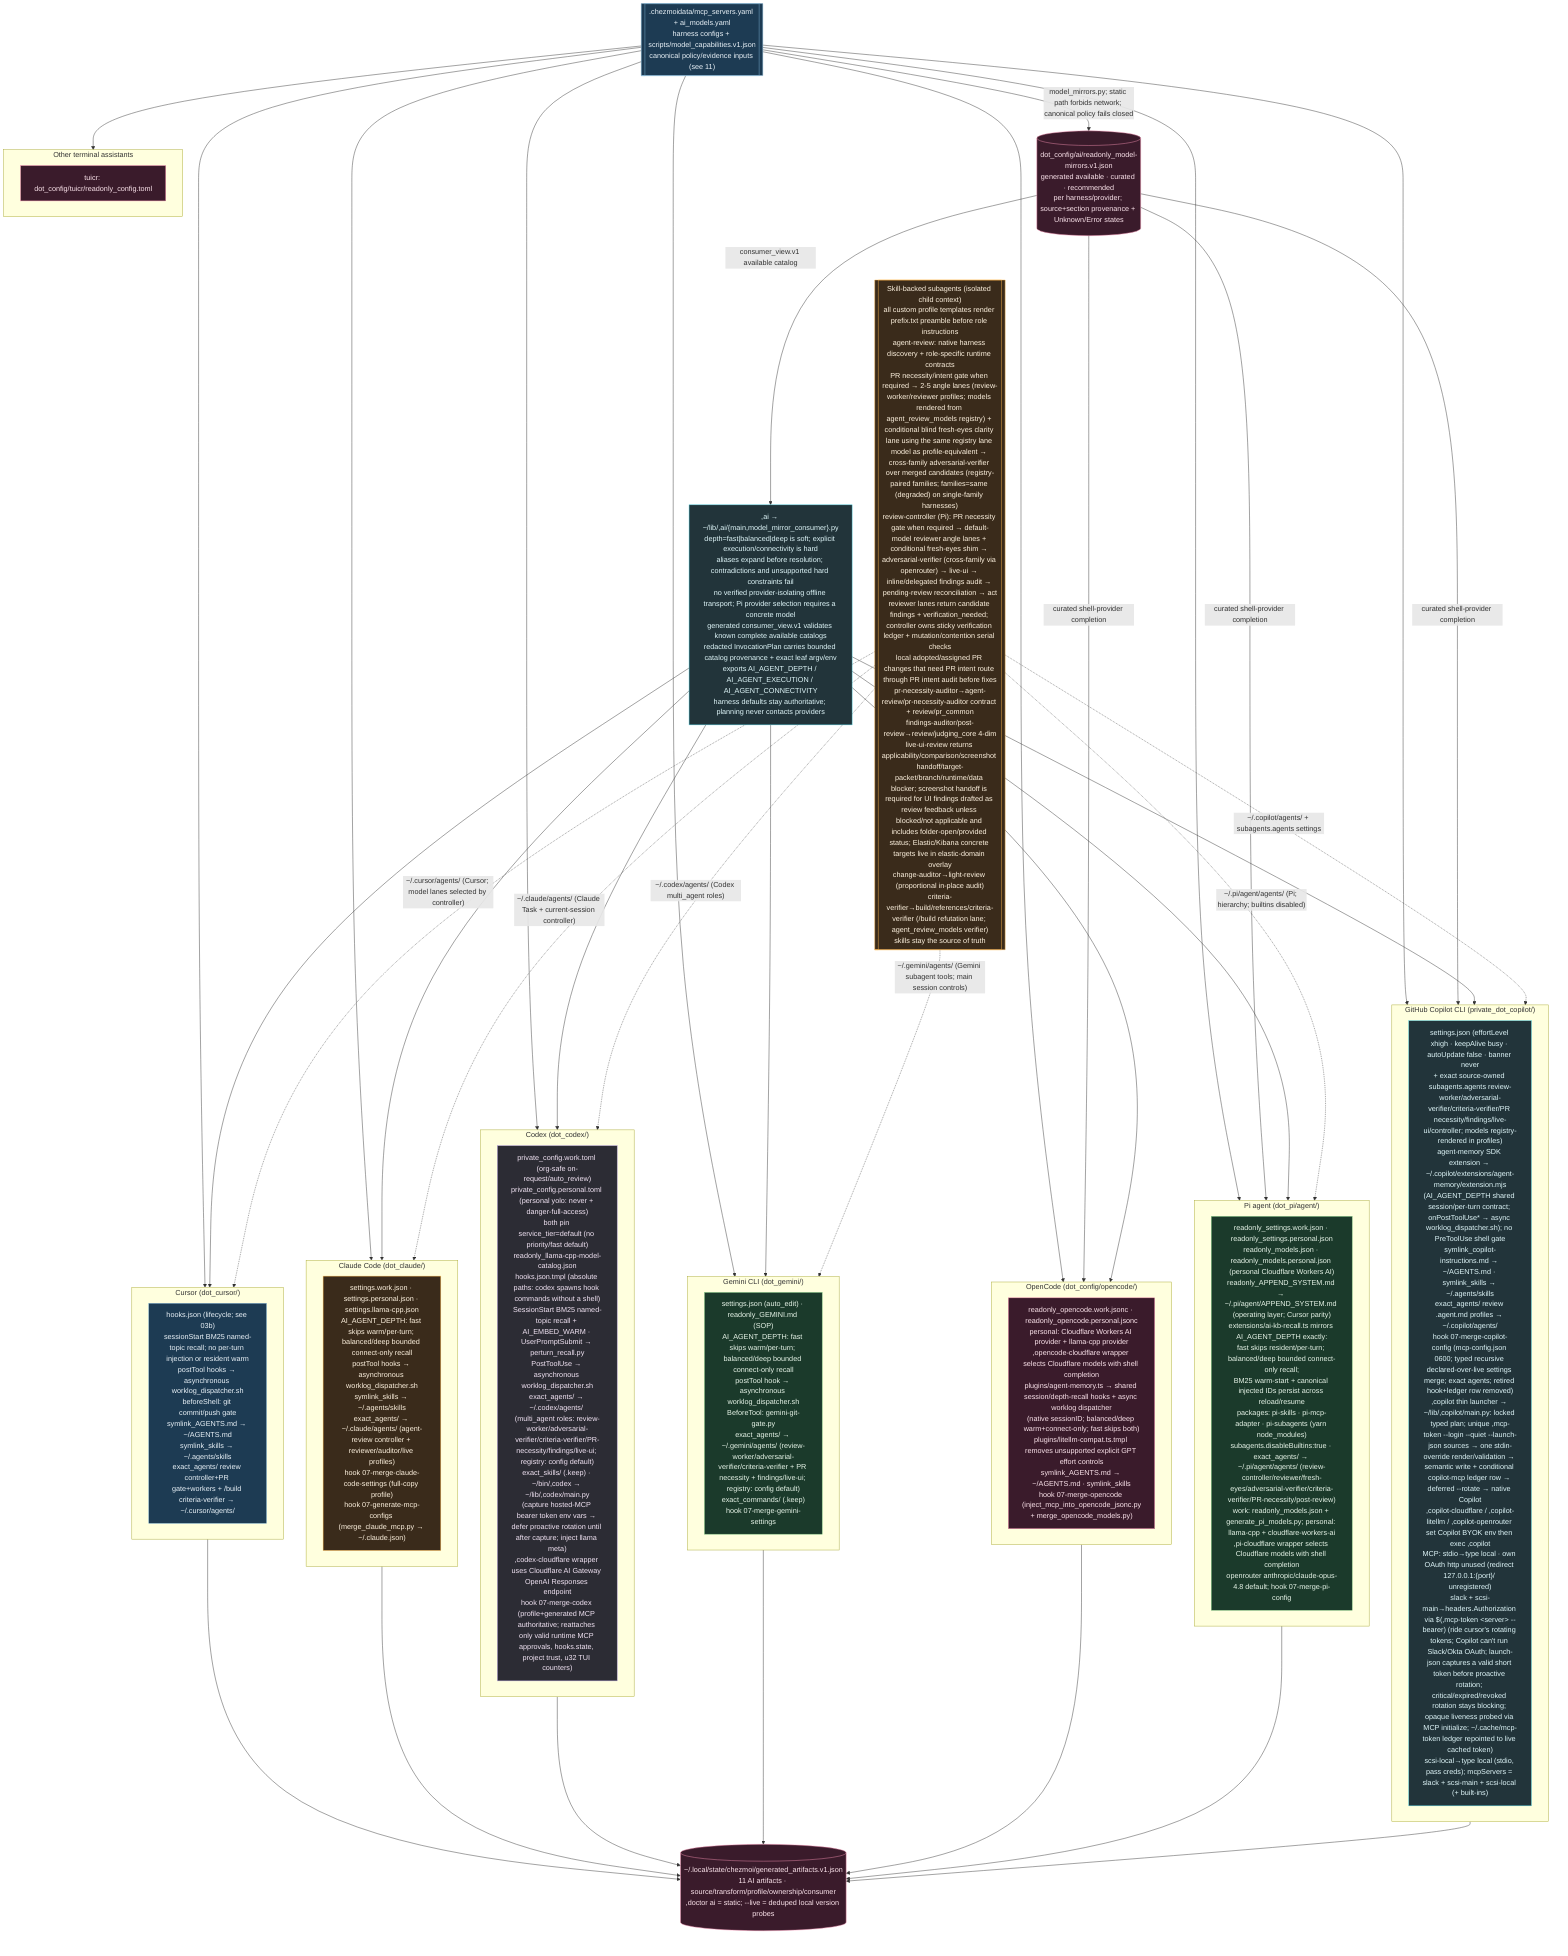
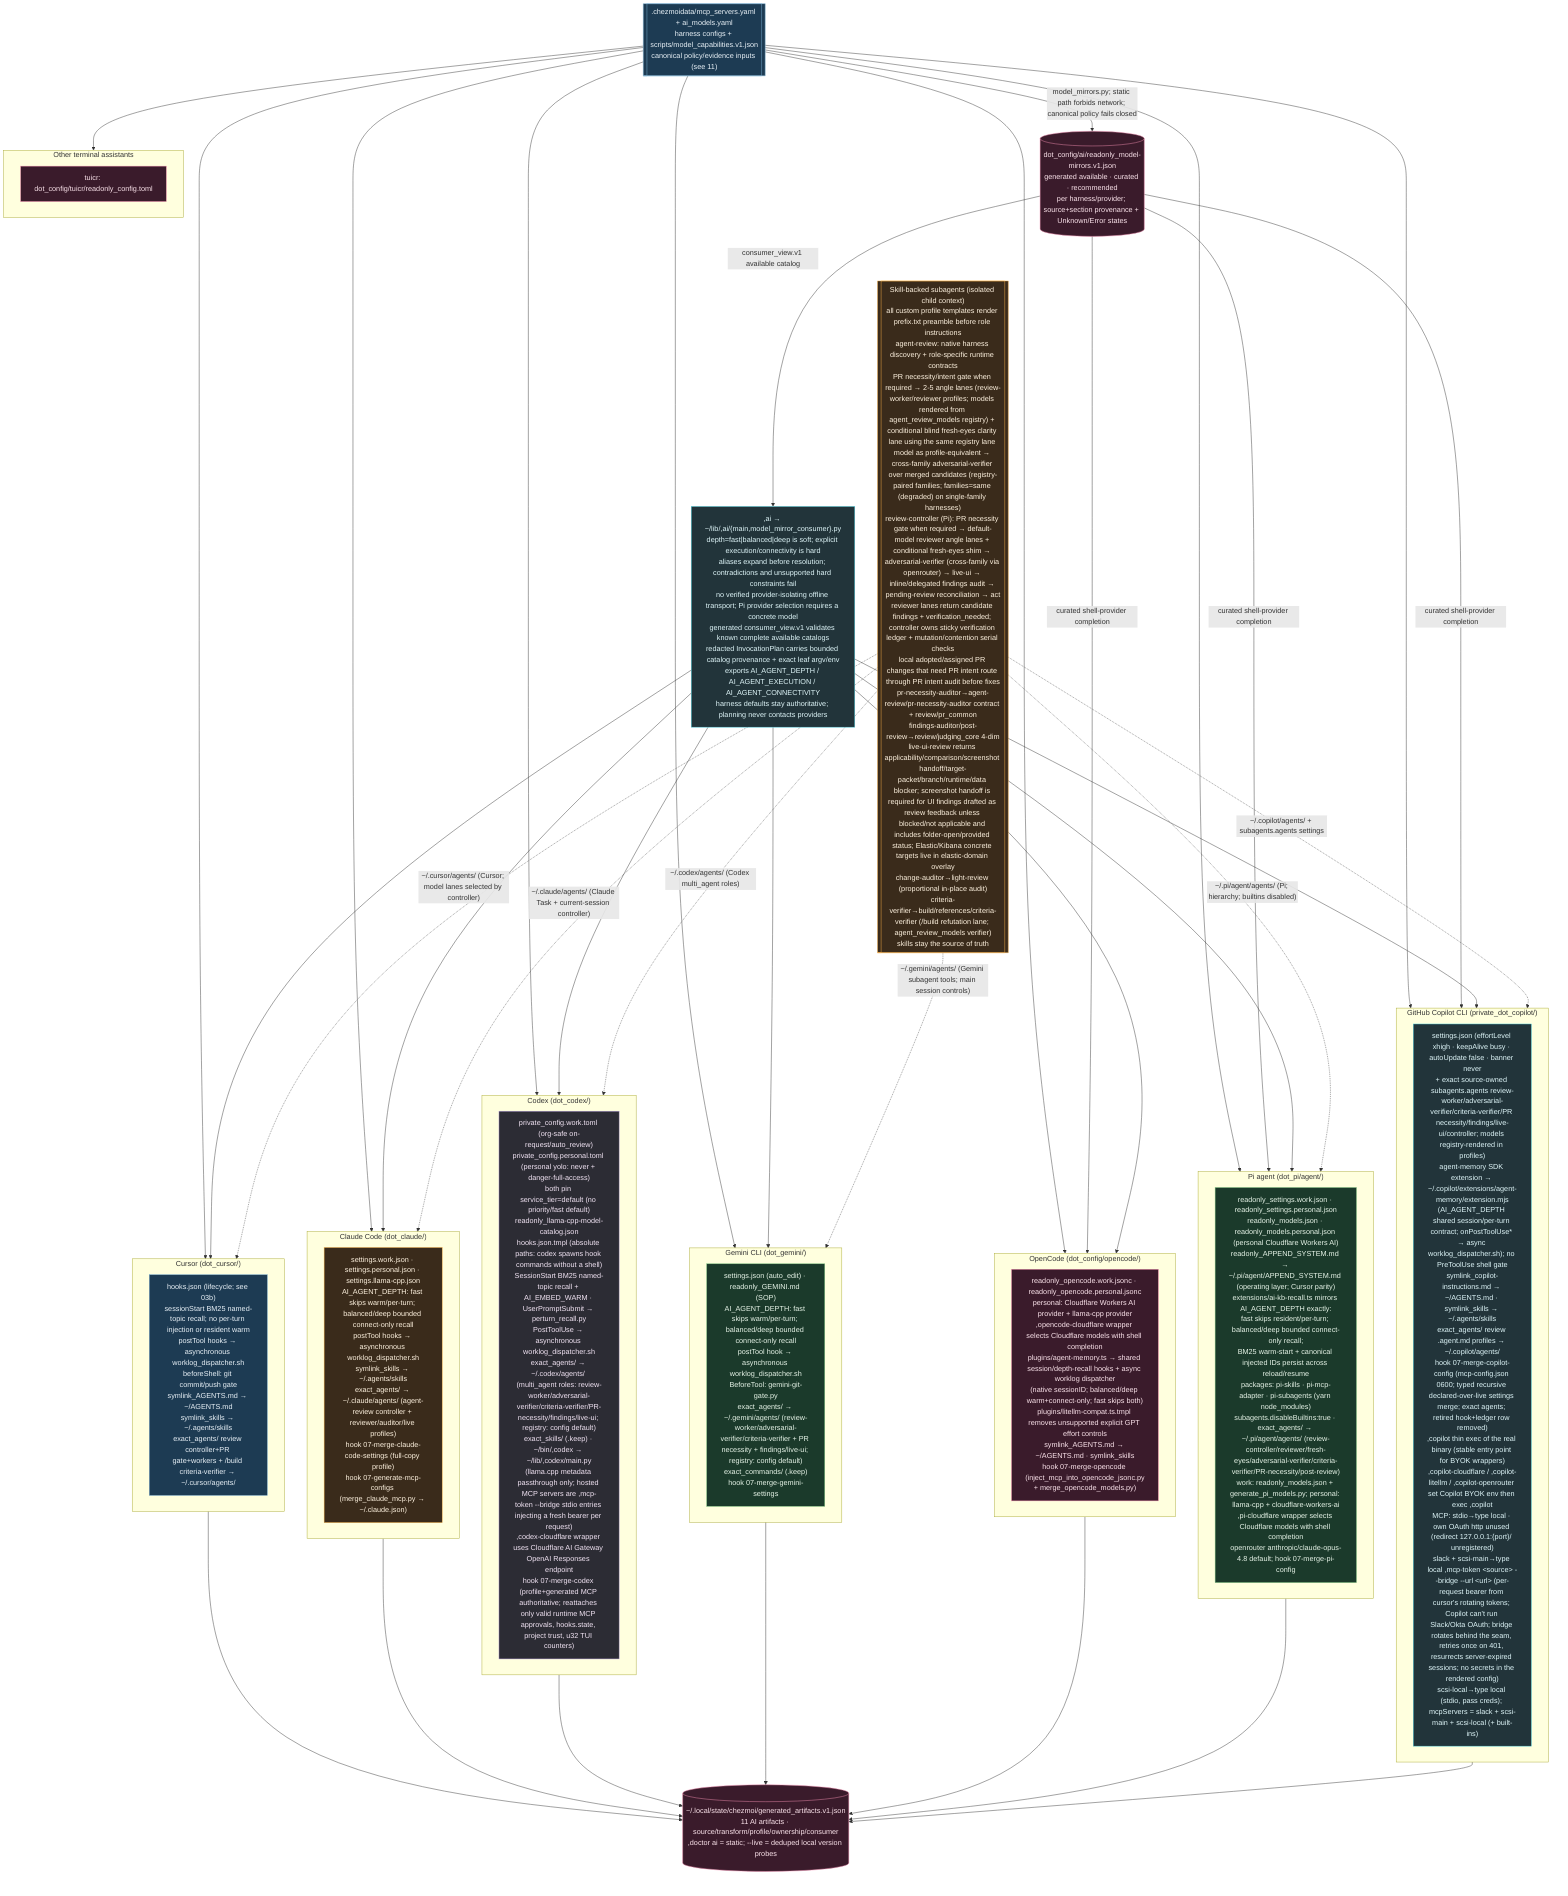
%% ============================================================================
%% 12-ai-tool-configs.mmd — Every per-tool AI config file in home/.
%% Pattern: source carries .work + .personal variants; a 07-merge-* hook picks
%% by isWork and merges generated MCP/model blocks into the live config.
%% ============================================================================
flowchart TB
    classDef cursor fill:#1d3b53,stroke:#7fb3d5,color:#eaf2f8;
    classDef claude fill:#3a2b1b,stroke:#ffb74d,color:#fff3e0;
    classDef codex fill:#2c2c34,stroke:#b39ddb,color:#f3e5f5;
    classDef gem fill:#1b3a2b,stroke:#81c784,color:#e8f5e9;
    classDef oc fill:#3a1b2b,stroke:#f48fb1,color:#fce4ec;
    classDef cop fill:#22343a,stroke:#4dd0e1,color:#e0f7fa;

    LAUNCH[",ai → ~/lib/,ai/{main,model_mirror_consumer}.py<br/>depth=fast|balanced|deep is soft; explicit execution/connectivity is hard<br/>aliases expand before resolution; contradictions and unsupported hard constraints fail<br/>no verified provider-isolating offline transport; Pi provider selection requires a concrete model<br/>generated consumer_view.v1 validates known complete available catalogs<br/>redacted InvocationPlan carries bounded catalog provenance + exact leaf argv/env<br/>exports AI_AGENT_DEPTH / AI_AGENT_EXECUTION / AI_AGENT_CONNECTIVITY<br/>harness defaults stay authoritative; planning never contacts providers"]:::cop

    subgraph CURSOR["Cursor (dot_cursor/)"]
        CU["hooks.json (lifecycle; see 03b)<br/>sessionStart BM25 named-topic recall; no per-turn injection or resident warm<br/>postTool hooks → asynchronous worklog_dispatcher.sh<br/>beforeShell: git commit/push gate<br/>symlink_AGENTS.md → ~/AGENTS.md<br/>symlink_skills → ~/.agents/skills<br/>exact_agents/ review controller+PR gate+workers + /build criteria-verifier → ~/.cursor/agents/"]:::cursor
    end

    subgraph CLAUDE["Claude Code (dot_claude/)"]
        CLD["settings.work.json · settings.personal.json · settings.llama-cpp.json<br/>AI_AGENT_DEPTH: fast skips warm/per-turn; balanced/deep bounded connect-only recall<br/>postTool hooks → asynchronous worklog_dispatcher.sh<br/>symlink_skills → ~/.agents/skills<br/>exact_agents/ → ~/.claude/agents/ (agent-review controller + reviewer/auditor/live profiles)<br/>hook 07-merge-claude-code-settings (full-copy profile)<br/>hook 07-generate-mcp-configs (merge_claude_mcp.py → ~/.claude.json)"]:::claude
    end

    subgraph CODEX["Codex (dot_codex/)"]
-         CDX["private_config.work.toml (org-safe on-request/auto_review)<br/>private_config.personal.toml (personal yolo: never + danger-full-access)<br/>both pin service_tier=default (no priority/fast default)<br/>readonly_llama-cpp-model-catalog.json<br/>hooks.json.tmpl (absolute paths: codex spawns hook commands without a shell)<br/>SessionStart BM25 named-topic recall + AI_EMBED_WARM · UserPromptSubmit → perturn_recall.py<br/>PostToolUse → asynchronous worklog_dispatcher.sh<br/>exact_agents/ → ~/.codex/agents/ (multi_agent roles: review-worker/adversarial-verifier/criteria-verifier/PR-necessity/findings/live-ui; registry: config default)<br/>exact_skills/ (.keep) · ~/bin/,codex → ~/lib/,codex/main.py<br/>(capture hosted-MCP bearer token env vars → defer proactive rotation until after capture; inject llama meta)<br/>,codex-cloudflare wrapper uses Cloudflare AI Gateway OpenAI Responses endpoint<br/>hook 07-merge-codex (profile+generated MCP authoritative; reattaches only valid runtime MCP approvals, hooks.state, project trust, u32 TUI counters)"]:::codex
+         CDX["private_config.work.toml (org-safe on-request/auto_review)<br/>private_config.personal.toml (personal yolo: never + danger-full-access)<br/>both pin service_tier=default (no priority/fast default)<br/>readonly_llama-cpp-model-catalog.json<br/>hooks.json.tmpl (absolute paths: codex spawns hook commands without a shell)<br/>SessionStart BM25 named-topic recall + AI_EMBED_WARM · UserPromptSubmit → perturn_recall.py<br/>PostToolUse → asynchronous worklog_dispatcher.sh<br/>exact_agents/ → ~/.codex/agents/ (multi_agent roles: review-worker/adversarial-verifier/criteria-verifier/PR-necessity/findings/live-ui; registry: config default)<br/>exact_skills/ (.keep) · ~/bin/,codex → ~/lib/,codex/main.py<br/>(llama.cpp metadata passthrough only; hosted MCP servers are ,mcp-token --bridge stdio entries injecting a fresh bearer per request)<br/>,codex-cloudflare wrapper uses Cloudflare AI Gateway OpenAI Responses endpoint<br/>hook 07-merge-codex (profile+generated MCP authoritative; reattaches only valid runtime MCP approvals, hooks.state, project trust, u32 TUI counters)"]:::codex
    end

    subgraph GEMINI["Gemini CLI (dot_gemini/)"]
        GMN["settings.json (auto_edit) · readonly_GEMINI.md (SOP)<br/>AI_AGENT_DEPTH: fast skips warm/per-turn; balanced/deep bounded connect-only recall<br/>postTool hook → asynchronous worklog_dispatcher.sh<br/>BeforeTool: gemini-git-gate.py<br/>exact_agents/ → ~/.gemini/agents/ (review-worker/adversarial-verifier/criteria-verifier + PR necessity + findings/live-ui; registry: config default)<br/>exact_commands/ (.keep)<br/>hook 07-merge-gemini-settings"]:::gem
    end

    subgraph OPENCODE["OpenCode (dot_config/opencode/)"]
        OPC["readonly_opencode.work.jsonc · readonly_opencode.personal.jsonc<br/>personal: Cloudflare Workers AI provider + llama-cpp provider<br/>,opencode-cloudflare wrapper selects Cloudflare models with shell completion<br/>plugins/agent-memory.ts → shared session/depth-recall hooks + async worklog dispatcher<br/>(native sessionID; balanced/deep warm+connect-only; fast skips both)<br/>plugins/litellm-compat.ts.tmpl removes unsupported explicit GPT effort controls<br/>symlink_AGENTS.md → ~/AGENTS.md · symlink_skills<br/>hook 07-merge-opencode (inject_mcp_into_opencode_jsonc.py<br/>+ merge_opencode_models.py)"]:::oc
    end

    subgraph PI["Pi agent (dot_pi/agent/)"]
        PIA["readonly_settings.work.json · readonly_settings.personal.json<br/>readonly_models.json · readonly_models.personal.json (personal Cloudflare Workers AI)<br/>readonly_APPEND_SYSTEM.md → ~/.pi/agent/APPEND_SYSTEM.md (operating layer; Cursor parity)<br/>extensions/ai-kb-recall.ts mirrors AI_AGENT_DEPTH exactly:<br/>fast skips resident/per-turn; balanced/deep bounded connect-only recall;<br/>BM25 warm-start + canonical injected IDs persist across reload/resume<br/>packages: pi-skills · pi-mcp-adapter · pi-subagents (yarn node_modules)<br/>subagents.disableBuiltins:true · exact_agents/ → ~/.pi/agent/agents/ (review-controller/reviewer/fresh-eyes/adversarial-verifier/criteria-verifier/PR-necessity/post-review)<br/>work: readonly_models.json + generate_pi_models.py; personal: llama-cpp + cloudflare-workers-ai<br/>,pi-cloudflare wrapper selects Cloudflare models with shell completion<br/>openrouter anthropic/claude-opus-4.8 default; hook 07-merge-pi-config"]:::gem
    end

    subgraph COPILOT["GitHub Copilot CLI (private_dot_copilot/)"]
-         COP["settings.json (effortLevel xhigh · keepAlive busy · autoUpdate false · banner never<br/>+ exact source-owned subagents.agents review-worker/adversarial-verifier/criteria-verifier/PR necessity/findings/live-ui/controller; models registry-rendered in profiles)<br/>agent-memory SDK extension → ~/.copilot/extensions/agent-memory/extension.mjs<br/>(AI_AGENT_DEPTH shared session/per-turn contract; onPostToolUse* → async worklog_dispatcher.sh); no PreToolUse shell gate<br/>symlink_copilot-instructions.md → ~/AGENTS.md · symlink_skills → ~/.agents/skills<br/>exact_agents/ review .agent.md profiles → ~/.copilot/agents/<br/>hook 07-merge-copilot-config (mcp-config.json 0600; typed recursive declared-over-live settings merge; exact agents; retired hook+ledger row removed)<br/>,copilot thin launcher → ~/lib/,copilot/main.py: locked typed plan; unique ,mcp-token --login --quiet --launch-json sources → one stdin-override render/validation → semantic write + conditional copilot-mcp ledger row → deferred --rotate → native Copilot<br/>,copilot-cloudflare / ,copilot-litellm / ,copilot-openrouter set Copilot BYOK env then exec ,copilot<br/>MCP: stdio→type local · own OAuth http unused (redirect 127.0.0.1:{port}/ unregistered)<br/>slack + scsi-main→headers.Authorization via $(,mcp-token &lt;server&gt; --bearer) (ride cursor's rotating tokens; Copilot can't run Slack/Okta OAuth; launch-json captures a valid short token before proactive rotation; critical/expired/revoked rotation stays blocking; opaque liveness probed via MCP initialize; ~/.cache/mcp-token ledger repointed to live cached token)<br/>scsi-local→type local (stdio, pass creds); mcpServers = slack + scsi-main + scsi-local (+ built-ins)"]:::cop
+         COP["settings.json (effortLevel xhigh · keepAlive busy · autoUpdate false · banner never<br/>+ exact source-owned subagents.agents review-worker/adversarial-verifier/criteria-verifier/PR necessity/findings/live-ui/controller; models registry-rendered in profiles)<br/>agent-memory SDK extension → ~/.copilot/extensions/agent-memory/extension.mjs<br/>(AI_AGENT_DEPTH shared session/per-turn contract; onPostToolUse* → async worklog_dispatcher.sh); no PreToolUse shell gate<br/>symlink_copilot-instructions.md → ~/AGENTS.md · symlink_skills → ~/.agents/skills<br/>exact_agents/ review .agent.md profiles → ~/.copilot/agents/<br/>hook 07-merge-copilot-config (mcp-config.json 0600; typed recursive declared-over-live settings merge; exact agents; retired hook+ledger row removed)<br/>,copilot thin exec of the real binary (stable entry point for BYOK wrappers)<br/>,copilot-cloudflare / ,copilot-litellm / ,copilot-openrouter set Copilot BYOK env then exec ,copilot<br/>MCP: stdio→type local · own OAuth http unused (redirect 127.0.0.1:{port}/ unregistered)<br/>slack + scsi-main→type local ,mcp-token &lt;source&gt; --bridge --url &lt;url&gt; (per-request bearer from cursor's rotating tokens; Copilot can't run Slack/Okta OAuth; bridge rotates behind the seam, retries once on 401, resurrects server-expired sessions; no secrets in the rendered config)<br/>scsi-local→type local (stdio, pass creds); mcpServers = slack + scsi-main + scsi-local (+ built-ins)"]:::cop
    end

    subgraph OTHER["Other terminal assistants"]
        TUI["tuicr: dot_config/tuicr/readonly_config.toml"]:::oc
    end

    REG[[".chezmoidata/mcp_servers.yaml + ai_models.yaml<br/>harness configs + scripts/model_capabilities.v1.json<br/>canonical policy/evidence inputs (see 11)"]]:::cursor
    REG --> CURSOR & CLAUDE & CODEX & GEMINI & OPENCODE & PI & COPILOT & OTHER
    MIRROR[("dot_config/ai/readonly_model-mirrors.v1.json<br/>generated available · curated · recommended<br/>per harness/provider; source+section provenance + Unknown/Error states")]:::oc
    REG -->|"model_mirrors.py; static path forbids network; canonical policy fails closed"| MIRROR
    MIRROR -->|"consumer_view.v1 available catalog"| LAUNCH
    MIRROR -->|"curated shell-provider completion"| OPENCODE & PI & COPILOT
    LAUNCH --> CURSOR & CLAUDE & CODEX & GEMINI & OPENCODE & PI & COPILOT
    LEDGER[("~/.local/state/chezmoi/generated_artifacts.v1.json<br/>11 AI artifacts · source/transform/profile/ownership/consumer<br/>,doctor ai = static; --live = deduped local version probes")]:::oc
    CURSOR & CLAUDE & CODEX & GEMINI & OPENCODE & PI & COPILOT --> LEDGER

    SUBA[["Skill-backed subagents (isolated child context)<br/>all custom profile templates render prefix.txt preamble before role instructions<br/>agent-review: native harness discovery + role-specific runtime contracts<br/>PR necessity/intent gate when required → 2-5 angle lanes (review-worker/reviewer profiles; models rendered from agent_review_models registry) + conditional blind fresh-eyes clarity lane using the same registry lane model as profile-equivalent → cross-family adversarial-verifier over merged candidates (registry-paired families; families=same (degraded) on single-family harnesses)<br/>review-controller (Pi): PR necessity gate when required → default-model reviewer angle lanes + conditional fresh-eyes shim → adversarial-verifier (cross-family via openrouter) → live-ui → inline/delegated findings audit → pending-review reconciliation → act<br/>reviewer lanes return candidate findings + verification_needed; controller owns sticky verification ledger + mutation/contention serial checks<br/>local adopted/assigned PR changes that need PR intent route through PR intent audit before fixes<br/>pr-necessity-auditor→agent-review/pr-necessity-auditor contract + review/pr_common<br/>findings-auditor/post-review→review/judging_core 4-dim<br/>live-ui-review returns applicability/comparison/screenshot handoff/target-packet/branch/runtime/data blocker; screenshot handoff is required for UI findings drafted as review feedback unless blocked/not applicable and includes folder-open/provided status; Elastic/Kibana concrete targets live in elastic-domain overlay<br/>change-auditor→light-review (proportional in-place audit)<br/>criteria-verifier→build/references/criteria-verifier (/build refutation lane; agent_review_models verifier)<br/>skills stay the source of truth"]]:::claude
    SUBA -.->|"~/.cursor/agents/ (Cursor; model lanes selected by controller)"| CURSOR
    SUBA -.->|"~/.copilot/agents/ + subagents.agents settings"| COPILOT
    SUBA -.->|"~/.claude/agents/ (Claude Task + current-session controller)"| CLAUDE
    SUBA -.->|"~/.codex/agents/ (Codex multi_agent roles)"| CODEX
    SUBA -.->|"~/.gemini/agents/ (Gemini subagent tools; main session controls)"| GEMINI
    SUBA -.->|"~/.pi/agent/agents/ (Pi; hierarchy; builtins disabled)"| PI
